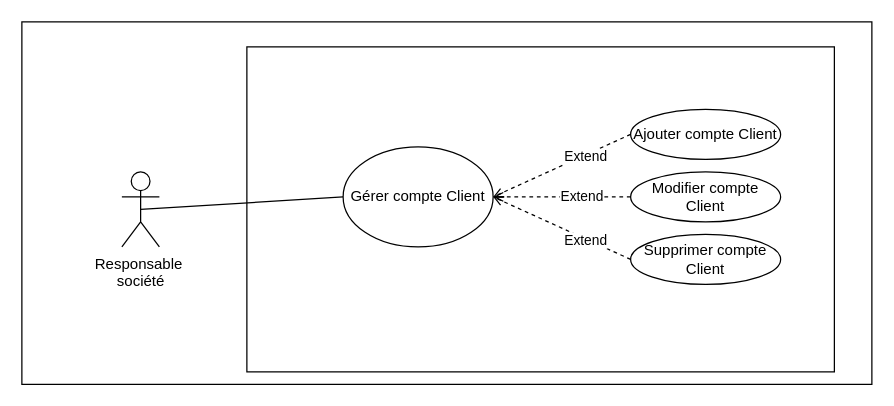
Before: gerecomptespe.drawio in labidimahdi/diagrams, a draw.io diagram. Source tidied: cells renumbered, new cells numbered last; positions are measured from the earlier drawing's top-left corner, leaving out a move shared by most shapes. Both pictures are drawn from the tidied source at 125%, with x=0, y=0 at pixel (21, 21).
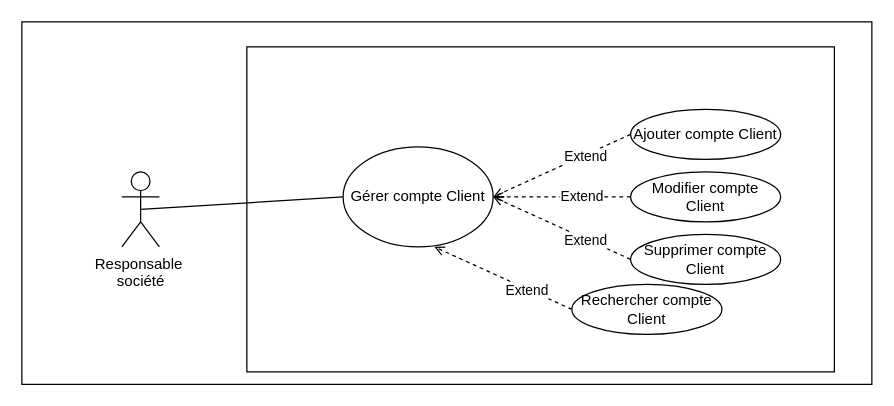
Above is the later version.

Commit message:
Mettre à jour gerecomptespe.drawio

What changed in the source:
```diff
@@
 <mxGraphModel>
   <root>
     <mxCell id="0" />
     <mxCell id="1" parent="0" />
     <mxCell id="2" style="rounded=0;whiteSpace=wrap;html=1;" parent="1" vertex="1">
       <mxGeometry width="680" height="290" as="geometry" />
     </mxCell>
     <mxCell id="3" style="rounded=0;whiteSpace=wrap;html=1;" parent="1" vertex="1">
       <mxGeometry x="180" y="20" width="470" height="260" as="geometry" />
     </mxCell>
     <mxCell id="4" style="rounded=0;jettySize=auto;html=1;exitX=0.5;exitY=0.5;exitDx=0;exitDy=0;exitPerimeter=0;entryX=0;entryY=0.5;entryDx=0;entryDy=0;endArrow=none;endFill=0;" parent="1" edge="1" source="5" target="6">
       <mxGeometry relative="1" as="geometry" />
     </mxCell>
     <mxCell id="5" value="Responsable&amp;nbsp;&lt;br&gt;société" style="shape=umlActor;verticalLabelPosition=bottom;verticalAlign=top;html=1;outlineConnect=0;" parent="1" vertex="1">
       <mxGeometry x="80" y="120" width="30" height="60" as="geometry" />
     </mxCell>
     <mxCell id="6" value="Gérer compte Client" style="ellipse;whiteSpace=wrap;html=1;" parent="1" vertex="1">
       <mxGeometry x="257" y="100" width="120" height="80" as="geometry" />
     </mxCell>
     <mxCell id="7" style="rounded=0;jettySize=auto;html=1;exitX=0;exitY=0.5;exitDx=0;exitDy=0;entryX=1;entryY=0.5;entryDx=0;entryDy=0;dashed=1;endArrow=open;endFill=0;" parent="1" edge="1" source="9" target="6">
       <mxGeometry relative="1" as="geometry" />
     </mxCell>
     <mxCell id="8" value="Extend" style="edgeLabel;html=1;align=center;verticalAlign=middle;" parent="7" vertex="1">
       <mxGeometry x="-0.33" y="1" relative="1" as="geometry" />
     </mxCell>
     <mxCell id="9" value="Ajouter compte Client" style="ellipse;whiteSpace=wrap;html=1;" parent="1" vertex="1">
       <mxGeometry x="487" y="70" width="120" height="40" as="geometry" />
     </mxCell>
     <mxCell id="10" style="rounded=0;jettySize=auto;html=1;exitX=0;exitY=0.5;exitDx=0;exitDy=0;entryX=1;entryY=0.5;entryDx=0;entryDy=0;dashed=1;endArrow=open;endFill=0;" parent="1" edge="1" source="12" target="6">
       <mxGeometry relative="1" as="geometry" />
     </mxCell>
     <mxCell id="11" value="Extend" style="edgeLabel;html=1;align=center;verticalAlign=middle;" parent="10" vertex="1">
       <mxGeometry x="-0.27" y="-1" relative="1" as="geometry" />
     </mxCell>
     <mxCell id="12" value="Modifier compte Client" style="ellipse;whiteSpace=wrap;html=1;" parent="1" vertex="1">
       <mxGeometry x="487" y="120" width="120" height="40" as="geometry" />
     </mxCell>
     <mxCell id="13" style="rounded=0;jettySize=auto;html=1;exitX=0;exitY=0.5;exitDx=0;exitDy=0;entryX=1;entryY=0.5;entryDx=0;entryDy=0;dashed=1;endArrow=open;endFill=0;" parent="1" edge="1" source="15" target="6">
       <mxGeometry relative="1" as="geometry" />
     </mxCell>
     <mxCell id="14" value="Extend" style="edgeLabel;html=1;align=center;verticalAlign=middle;" parent="13" vertex="1">
       <mxGeometry x="-0.33" y="1" relative="1" as="geometry" />
     </mxCell>
     <mxCell id="15" value="Supprimer compte Client" style="ellipse;whiteSpace=wrap;html=1;" parent="1" vertex="1">
       <mxGeometry x="487" y="170" width="120" height="40" as="geometry" />
     </mxCell>
+    <mxCell id="16" style="rounded=0;jettySize=auto;html=1;exitX=0;exitY=0.5;exitDx=0;exitDy=0;entryX=1;entryY=0.5;entryDx=0;entryDy=0;dashed=1;endArrow=open;endFill=0;" parent="1" edge="1" source="18">
+      <mxGeometry relative="1" as="geometry">
+        <mxPoint x="330" y="180" as="targetPoint" />
+      </mxGeometry>
+    </mxCell>
+    <mxCell id="17" value="Extend" style="edgeLabel;html=1;align=center;verticalAlign=middle;" parent="16" vertex="1">
+      <mxGeometry x="-0.33" y="1" relative="1" as="geometry" />
+    </mxCell>
+    <mxCell id="18" value="Rechercher compte Client" style="ellipse;whiteSpace=wrap;html=1;" parent="1" vertex="1">
+      <mxGeometry x="440" y="210" width="120" height="40" as="geometry" />
+    </mxCell>
   </root>
 </mxGraphModel>
```
